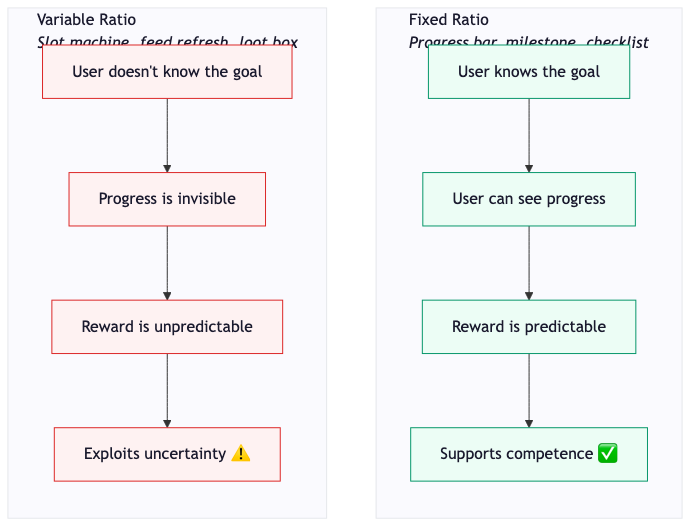
This is content/books/small-mercies/images/fig-7.2-fixed-ratio-vs-variable-ratio-reinforcement.png from mugglemagic/markbasford.co.uk, a Mermaid export, as it was before one commit. Its source is kept beside it as content/books/small-mercies/images/fig-7.2-fixed-ratio-vs-variable-ratio-reinforcement.mmd.
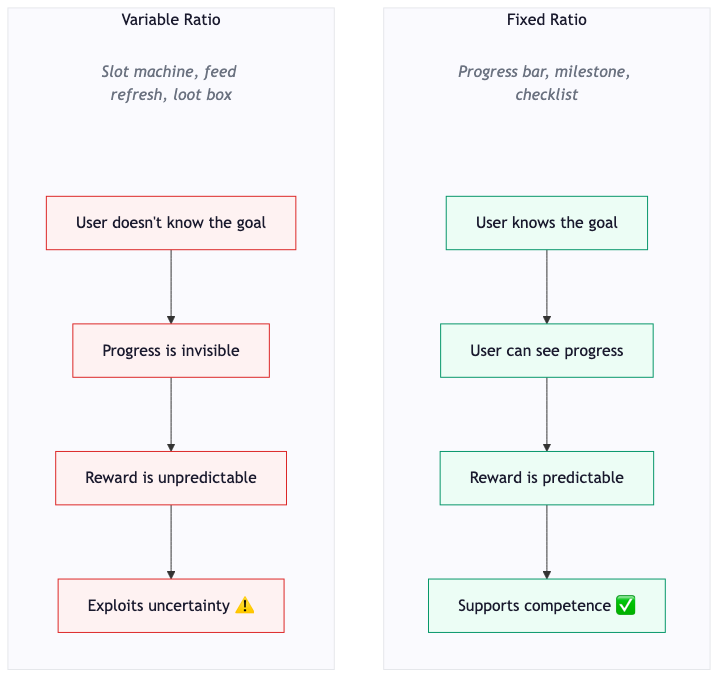
After the change.

Diff of the diagram source:
```diff
@@ -1,22 +1,26 @@
 graph TD
-    subgraph Fixed["Fixed Ratio<br/><em>Progress bar, milestone, checklist</em>"]
+    subgraph Fixed["Fixed Ratio"]
         direction TB
+        FS["<em>Progress bar, milestone, checklist</em>"]
         F1["User knows the goal"]
         F2["User can see progress"]
         F3["Reward is predictable"]
         F4["Supports competence ✅"]
-        F1 --> F2 --> F3 --> F4
+        FS ~~~ F1 --> F2 --> F3 --> F4
     end
 
-    subgraph Variable["Variable Ratio<br/><em>Slot machine, feed refresh, loot box</em>"]
+    subgraph Variable["Variable Ratio"]
         direction TB
+        VS["<em>Slot machine, feed refresh, loot box</em>"]
         V1["User doesn't know the goal"]
         V2["Progress is invisible"]
         V3["Reward is unpredictable"]
         V4["Exploits uncertainty ⚠️"]
-        V1 --> V2 --> V3 --> V4
+        VS ~~~ V1 --> V2 --> V3 --> V4
     end
 
+    style FS fill:none,stroke:none,color:#6b7280
+    style VS fill:none,stroke:none,color:#6b7280
     style F1 fill:#ecfdf5,stroke:#059669,color:#1a1a2e
     style F2 fill:#ecfdf5,stroke:#059669,color:#1a1a2e
     style F3 fill:#ecfdf5,stroke:#059669,color:#1a1a2e
```
